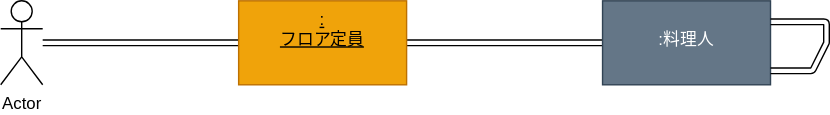
The draw.io diagram 例題5-1_ラーメン注文配膳.drawio.svg in Nshikawakazuki/uml-intr, before a commit. Source tidied: cells renumbered, new cells last; positions are measured from the earlier drawing's top-left corner, leaving out a move shared by most shapes.
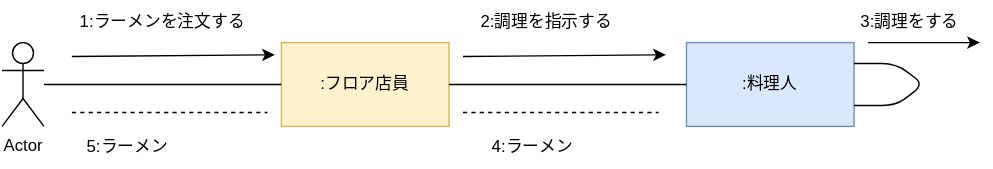
After the commit.

Diff of the diagram source:
```diff
@@ -2,30 +2,73 @@
   <root>
     <mxCell id="0" />
     <mxCell id="1" parent="0" />
-    <mxCell id="2" style="edgeStyle=none;html=1;shape=link;" parent="1" edge="1" source="3" target="5">
-      <mxGeometry relative="1" as="geometry" />
-    </mxCell>
-    <mxCell id="3" value="Actor" style="shape=umlActor;verticalLabelPosition=bottom;verticalAlign=top;html=1;outlineConnect=0;" parent="1" vertex="1">
-      <mxGeometry width="30" height="60" as="geometry" />
+    <mxCell id="3" value="&lt;p&gt;:フロア店員&lt;/p&gt;" style="rounded=0;whiteSpace=wrap;html=1;fontFamily=Helvetica;fillColor=#fff2cc;strokeColor=#d6b656;" parent="1" vertex="1">
+      <mxGeometry x="160" y="-80" width="120" height="60" as="geometry" />
     </mxCell>
+    <mxCell id="5" value="Actor" style="shape=umlActor;verticalLabelPosition=bottom;verticalAlign=top;html=1;outlineConnect=0;" parent="1" vertex="1">
+      <mxGeometry x="-40" y="-80" width="30" height="60" as="geometry" />
+    </mxCell>
-    <mxCell id="4" style="edgeStyle=none;html=1;strokeColor=default;shape=link;" parent="1" edge="1" source="5" target="6">
-      <mxGeometry relative="1" as="geometry" />
+    <mxCell id="4" value=":料理人" style="rounded=0;whiteSpace=wrap;html=1;fillColor=#dae8fc;strokeColor=#6c8ebf;" parent="1" vertex="1">
+      <mxGeometry x="450" y="-80" width="120" height="60" as="geometry" />
     </mxCell>
-    <mxCell id="5" value="&lt;div style=&quot;&quot;&gt;&lt;span style=&quot;background-color: initial;&quot;&gt;:&lt;/span&gt;&lt;/div&gt;&lt;div style=&quot;&quot;&gt;&lt;span style=&quot;background-color: initial;&quot;&gt;フロア定員&lt;/span&gt;&lt;/div&gt;" style="whiteSpace=wrap;html=1;verticalAlign=top;fontStyle=4;align=center;fillColor=#f0a30a;fontColor=#000000;strokeColor=#BD7000;" parent="1" vertex="1">
-      <mxGeometry x="170" width="120" height="60" as="geometry" />
-    </mxCell>
-    <mxCell id="6" value="&lt;br&gt;:料理人" style="whiteSpace=wrap;html=1;verticalAlign=top;fillColor=#647687;fontColor=#ffffff;strokeColor=#314354;" parent="1" vertex="1">
-      <mxGeometry x="430" width="120" height="60" as="geometry" />
-    </mxCell>
+    <mxCell id="8" style="endArrow=none;html=1;fontFamily=Helvetica;entryX=0;entryY=0.5;entryDx=0;entryDy=0;" parent="1" edge="1" source="5" target="3">
+      <mxGeometry relative="1" as="geometry" />
+    </mxCell>
+    <mxCell id="9" style="endArrow=none;html=1;fontFamily=Helvetica;entryX=0;entryY=0.5;entryDx=0;entryDy=0;exitX=1;exitY=0.5;exitDx=0;exitDy=0;" parent="1" edge="1" source="3" target="4">
+      <mxGeometry relative="1" as="geometry" />
+    </mxCell>
+    <mxCell id="10" style="endArrow=classic;html=1;fontFamily=Helvetica;entryX=-0.04;entryY=0.145;entryDx=0;entryDy=0;entryPerimeter=0;" parent="1" edge="1" target="3">
+      <mxGeometry relative="1" as="geometry">
+        <mxPoint x="10" y="-70" as="sourcePoint" />
+      </mxGeometry>
+    </mxCell>
+    <mxCell id="11" value="1:ラーメンを注文する" style="text;html=1;strokeColor=none;fillColor=none;align=center;verticalAlign=middle;whiteSpace=wrap;rounded=0;fontFamily=Helvetica;" parent="1" vertex="1">
+      <mxGeometry x="10" y="-110" width="130" height="30" as="geometry" />
+    </mxCell>
-    <mxCell id="7" style="curved=1;endArrow=classic;html=1;strokeColor=default;fontColor=#FFB366;shape=link;elbow=vertical;entryX=1;entryY=0.25;entryDx=0;entryDy=0;" parent="1" edge="1" target="6">
+    <mxCell id="7" style="endArrow=classic;html=1;fontFamily=Helvetica;entryX=-0.04;entryY=0.145;entryDx=0;entryDy=0;entryPerimeter=0;" parent="1" edge="1">
       <mxGeometry relative="1" as="geometry">
-        <mxPoint x="550" y="50" as="sourcePoint" />
-        <Array as="points">
-          <mxPoint x="580" y="50" />
-          <mxPoint x="590" y="30" />
-          <mxPoint x="590" y="15" />
-        </Array>
+        <mxPoint x="290" y="-70" as="sourcePoint" />
+        <mxPoint x="435.2" y="-71.3" as="targetPoint" />
       </mxGeometry>
     </mxCell>
+    <mxCell id="12" value="2:調理を指示する" style="text;html=1;strokeColor=none;fillColor=none;align=center;verticalAlign=middle;whiteSpace=wrap;rounded=0;fontFamily=Helvetica;" parent="1" vertex="1">
+      <mxGeometry x="300" y="-110" width="100" height="30" as="geometry" />
+    </mxCell>
+    <mxCell id="13" style="endArrow=classic;html=1;fontFamily=Helvetica;" parent="1" edge="1">
+      <mxGeometry relative="1" as="geometry">
+        <mxPoint x="580" y="-80" as="sourcePoint" />
+        <mxPoint x="660" y="-80" as="targetPoint" />
+      </mxGeometry>
+    </mxCell>
+    <mxCell id="14" value="3:調理をする" style="text;html=1;strokeColor=none;fillColor=none;align=center;verticalAlign=middle;whiteSpace=wrap;rounded=0;fontFamily=Helvetica;" parent="1" vertex="1">
+      <mxGeometry x="570" y="-110" width="80" height="30" as="geometry" />
+    </mxCell>
+    <mxCell id="15" style="endArrow=none;html=1;fontFamily=Helvetica;exitX=1;exitY=0.25;exitDx=0;exitDy=0;entryX=1;entryY=0.75;entryDx=0;entryDy=0;" parent="1" edge="1" source="4" target="4">
+      <mxGeometry relative="1" as="geometry">
+        <Array as="points">
+          <mxPoint x="600" y="-65" />
+          <mxPoint x="620" y="-50" />
+          <mxPoint x="600" y="-35" />
+        </Array>
+      </mxGeometry>
+    </mxCell>
+    <mxCell id="16" style="endArrow=none;dashed=1;html=1;fontFamily=Helvetica;" parent="1" edge="1">
+      <mxGeometry relative="1" as="geometry">
+        <mxPoint x="290" y="-30" as="sourcePoint" />
+        <mxPoint x="430" y="-30" as="targetPoint" />
+      </mxGeometry>
+    </mxCell>
+    <mxCell id="17" value="4:ラーメン" style="text;html=1;strokeColor=none;fillColor=none;align=center;verticalAlign=middle;whiteSpace=wrap;rounded=0;fontFamily=Helvetica;" parent="1" vertex="1">
+      <mxGeometry x="300" y="-20" width="80" height="30" as="geometry" />
+    </mxCell>
+    <mxCell id="18" style="endArrow=none;dashed=1;html=1;fontFamily=Helvetica;" parent="1" edge="1">
+      <mxGeometry relative="1" as="geometry">
+        <mxPoint x="10" y="-30" as="sourcePoint" />
+        <mxPoint x="150" y="-30" as="targetPoint" />
+      </mxGeometry>
+    </mxCell>
+    <mxCell id="19" value="5:ラーメン" style="text;html=1;strokeColor=none;fillColor=none;align=center;verticalAlign=middle;whiteSpace=wrap;rounded=0;fontFamily=Helvetica;" parent="1" vertex="1">
+      <mxGeometry x="10" y="-20" width="80" height="30" as="geometry" />
+    </mxCell>
   </root>
 </mxGraphModel>
```
